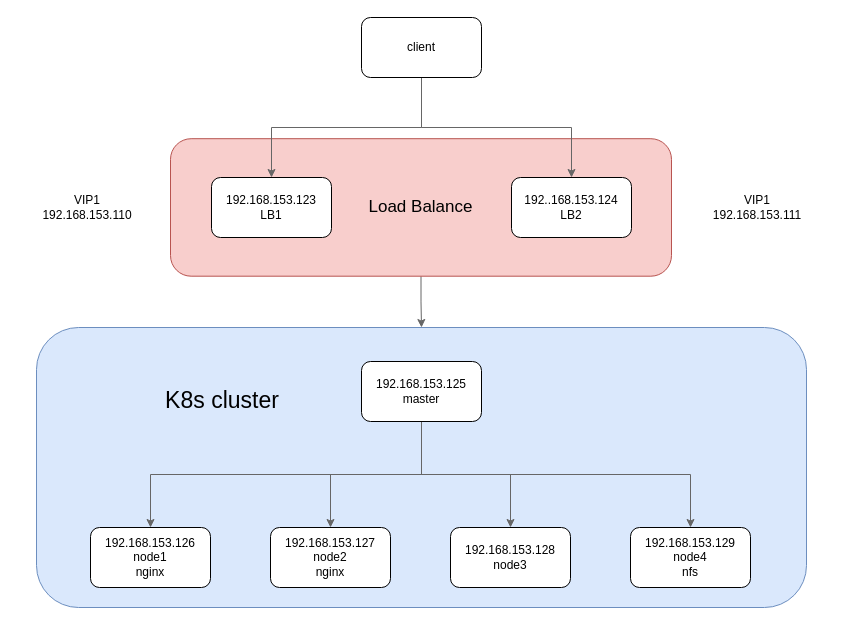
Earlier version of the draw.io diagram k8s+nginx+keepalived.drawio (wupei-w/diagrams). Source tidied: cells renumbered, new cells numbered last; positions are measured from the earlier drawing's top-left corner, leaving out a move shared by most shapes. Both pictures are drawn from the tidied source at 100%, with x=0, y=0 at pixel (17, 17).
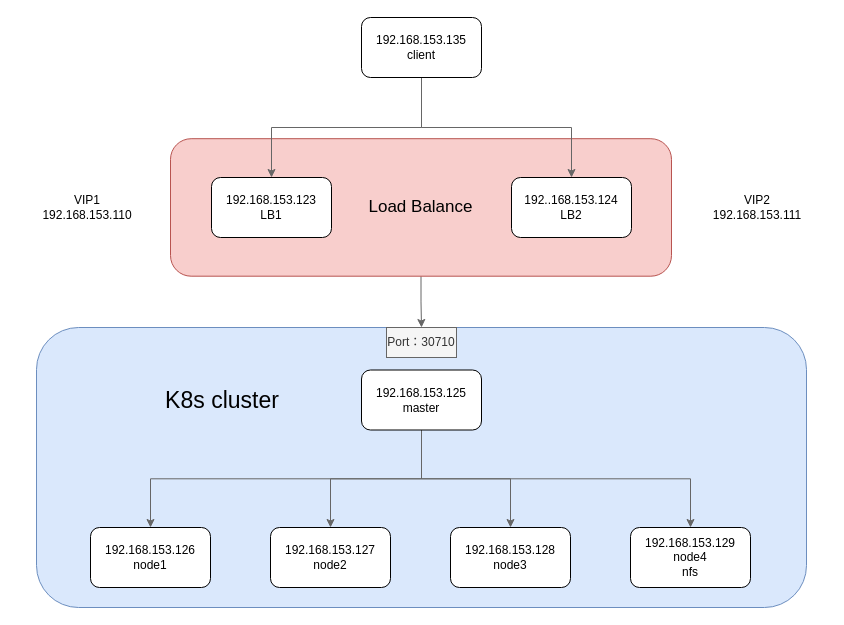
The same page after the edit.

What changed in the source:
```diff
@@
     <mxCell id="9" value="192.168.153.125&lt;br&gt;master" style="rounded=1;whiteSpace=wrap;html=1;" parent="1" vertex="1">
-      <mxGeometry x="344" y="344" width="120" height="60" as="geometry" />
+      <mxGeometry x="344" y="352.5" width="120" height="60" as="geometry" />
     </mxCell>
-    <mxCell id="10" value="192.168.153.126&lt;br&gt;node1&lt;br&gt;nginx" style="rounded=1;whiteSpace=wrap;html=1;" parent="1" vertex="1">
+    <mxCell id="10" value="192.168.153.126&lt;br&gt;node1" style="rounded=1;whiteSpace=wrap;html=1;" parent="1" vertex="1">
       <mxGeometry x="73" y="510" width="120" height="60" as="geometry" />
     </mxCell>
-    <mxCell id="11" value="192.168.153.127&lt;br&gt;node2&lt;br&gt;nginx" style="rounded=1;whiteSpace=wrap;html=1;" parent="1" vertex="1">
+    <mxCell id="11" value="192.168.153.127&lt;br&gt;node2" style="rounded=1;whiteSpace=wrap;html=1;" parent="1" vertex="1">
       <mxGeometry x="253" y="510" width="120" height="60" as="geometry" />
     </mxCell>
@@
-    <mxCell id="18" value="client" style="rounded=1;whiteSpace=wrap;html=1;" parent="1" vertex="1">
+    <mxCell id="18" value="192.168.153.135&lt;br&gt;client" style="rounded=1;whiteSpace=wrap;html=1;" parent="1" vertex="1">
       <mxGeometry x="344" width="120" height="60" as="geometry" />
     </mxCell>
@@
-    <mxCell id="21" value="VIP1&lt;br&gt;192.168.153.111" style="text;html=1;strokeColor=none;fillColor=none;align=center;verticalAlign=middle;whiteSpace=wrap;rounded=0;" parent="1" vertex="1">
+    <mxCell id="21" value="VIP2&lt;br&gt;192.168.153.111" style="text;html=1;strokeColor=none;fillColor=none;align=center;verticalAlign=middle;whiteSpace=wrap;rounded=0;" parent="1" vertex="1">
       <mxGeometry x="670" y="170" width="140" height="40" as="geometry" />
     </mxCell>
+    <mxCell id="22" value="Port：30710" style="rounded=0;whiteSpace=wrap;html=1;fillColor=#f5f5f5;strokeColor=#666666;fontColor=#333333;" parent="1" vertex="1">
+      <mxGeometry x="369" y="310" width="70" height="30" as="geometry" />
+    </mxCell>
```
